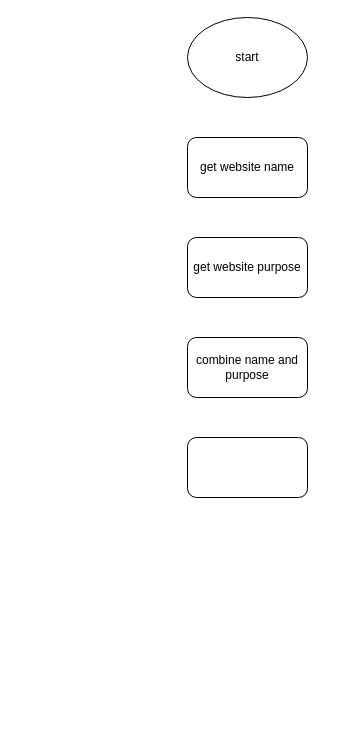
The draw.io diagram password generator milestone 3.drawio in joann3y/apcspflowcharts, before the edit. Source tidied: cells renumbered, new cells numbered last; positions are measured from the earlier drawing's top-left corner, leaving out a move shared by most shapes. Both pictures are drawn from the tidied source at 100%, with x=0, y=0 at pixel (187, 17).
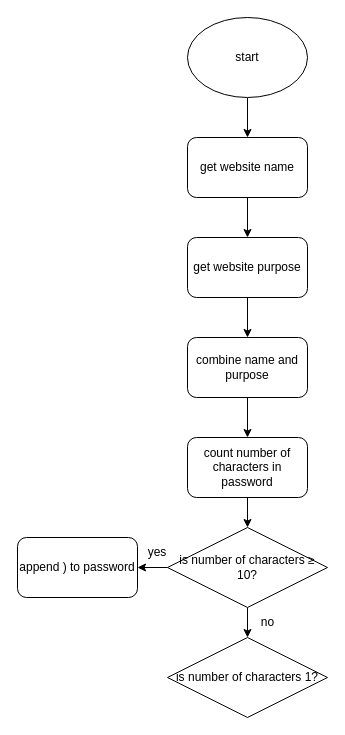
The same diagram, later.

The edit, as a diff of the source:
```diff
@@
 <mxGraphModel>
   <root>
     <mxCell id="0" />
     <mxCell id="1" parent="0" />
+    <mxCell id="7" style="edgeStyle=orthogonalEdgeStyle;rounded=0;jettySize=auto;html=1;" parent="1" edge="1" source="2" target="3">
+      <mxGeometry relative="1" as="geometry" />
+    </mxCell>
     <mxCell id="2" value="start" style="ellipse;whiteSpace=wrap;html=1;" parent="1" vertex="1">
       <mxGeometry width="120" height="80" as="geometry" />
     </mxCell>
+    <mxCell id="8" style="edgeStyle=orthogonalEdgeStyle;rounded=0;jettySize=auto;html=1;" parent="1" edge="1" source="3" target="4">
+      <mxGeometry relative="1" as="geometry" />
+    </mxCell>
     <mxCell id="3" value="get website name" style="rounded=1;whiteSpace=wrap;html=1;" parent="1" vertex="1">
       <mxGeometry y="120" width="120" height="60" as="geometry" />
     </mxCell>
+    <mxCell id="9" style="edgeStyle=orthogonalEdgeStyle;rounded=0;jettySize=auto;html=1;" parent="1" edge="1" source="4" target="5">
+      <mxGeometry relative="1" as="geometry" />
+    </mxCell>
     <mxCell id="4" value="get website purpose" style="rounded=1;whiteSpace=wrap;html=1;" parent="1" vertex="1">
       <mxGeometry y="220" width="120" height="60" as="geometry" />
     </mxCell>
+    <mxCell id="10" style="edgeStyle=orthogonalEdgeStyle;rounded=0;jettySize=auto;html=1;" parent="1" edge="1" source="5" target="6">
+      <mxGeometry relative="1" as="geometry" />
+    </mxCell>
     <mxCell id="5" value="combine name and purpose" style="rounded=1;whiteSpace=wrap;html=1;" parent="1" vertex="1">
       <mxGeometry y="320" width="120" height="60" as="geometry" />
     </mxCell>
+    <mxCell id="11" style="edgeStyle=orthogonalEdgeStyle;rounded=0;jettySize=auto;html=1;" parent="1" edge="1" source="6" target="15">
+      <mxGeometry relative="1" as="geometry" />
+    </mxCell>
-    <mxCell id="6" style="rounded=1;whiteSpace=wrap;html=1;" parent="1" vertex="1">
+    <mxCell id="6" value="count number of characters in password" style="rounded=1;whiteSpace=wrap;html=1;" parent="1" vertex="1">
       <mxGeometry y="420" width="120" height="60" as="geometry" />
     </mxCell>
+    <mxCell id="12" value="append ) to password" style="rounded=1;whiteSpace=wrap;html=1;" parent="1" vertex="1">
+      <mxGeometry x="-170" y="520" width="120" height="60" as="geometry" />
+    </mxCell>
+    <mxCell id="13" style="edgeStyle=orthogonalEdgeStyle;rounded=0;jettySize=auto;html=1;" parent="1" edge="1" source="15" target="12">
+      <mxGeometry relative="1" as="geometry" />
+    </mxCell>
+    <mxCell id="14" style="edgeStyle=orthogonalEdgeStyle;rounded=0;jettySize=auto;html=1;" parent="1" edge="1" source="15" target="17">
+      <mxGeometry relative="1" as="geometry" />
+    </mxCell>
+    <mxCell id="15" value="is number of characters&amp;nbsp;≥ 10?" style="rhombus;whiteSpace=wrap;html=1;" parent="1" vertex="1">
+      <mxGeometry x="-20" y="510" width="160" height="80" as="geometry" />
+    </mxCell>
+    <mxCell id="16" value="yes" style="text;html=1;strokeColor=none;fillColor=none;align=center;verticalAlign=middle;whiteSpace=wrap;rounded=0;" parent="1" vertex="1">
+      <mxGeometry x="-60" y="520" width="60" height="30" as="geometry" />
+    </mxCell>
+    <mxCell id="17" value="is number of characters 1?" style="rhombus;whiteSpace=wrap;html=1;" parent="1" vertex="1">
+      <mxGeometry x="-20" y="620" width="160" height="80" as="geometry" />
+    </mxCell>
+    <mxCell id="18" value="no" style="text;html=1;align=center;verticalAlign=middle;strokeColor=none;fillColor=none;" parent="1" vertex="1">
+      <mxGeometry x="60" y="590" width="40" height="30" as="geometry" />
+    </mxCell>
   </root>
 </mxGraphModel>
```
